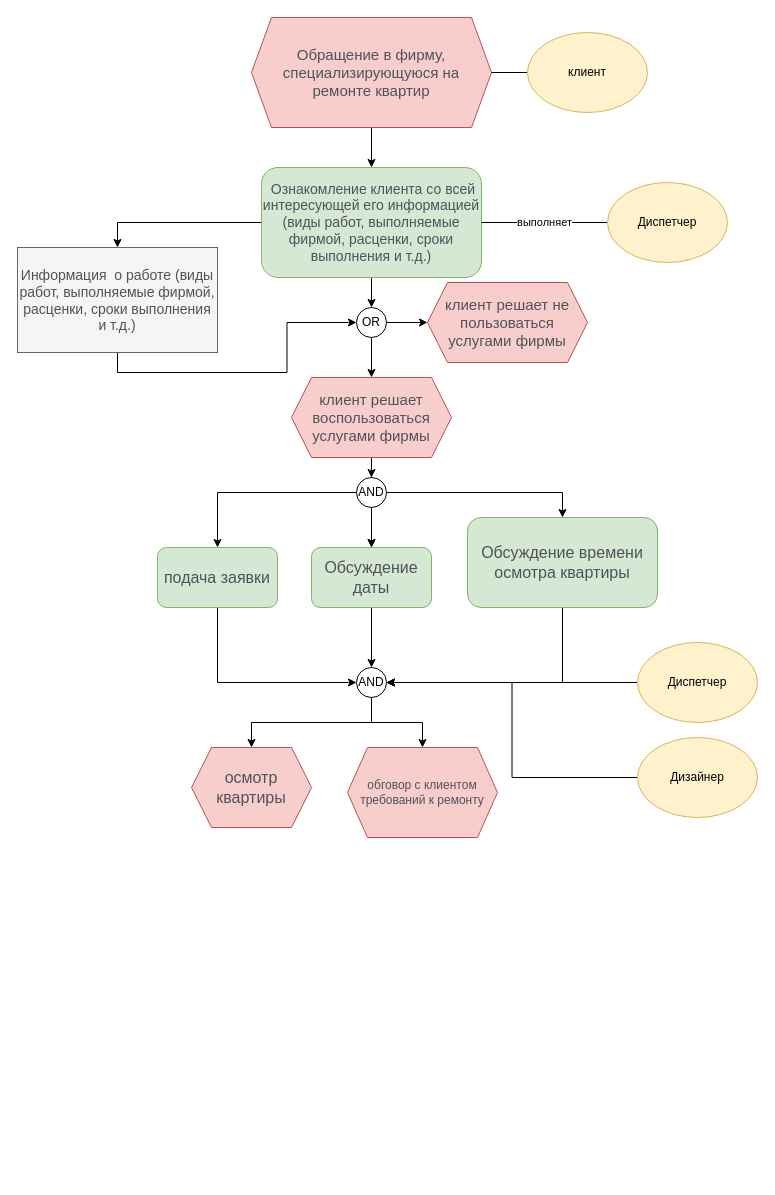
This is Epc.drawio from freeeakn/EPC_model, a draw.io file, before an edit. Source tidied: cells renumbered, new cells numbered last; positions are measured from the earlier drawing's top-left corner, leaving out a move shared by most shapes. Both pictures are drawn from the tidied source at 100%, with x=0, y=0 at pixel (17, 17).
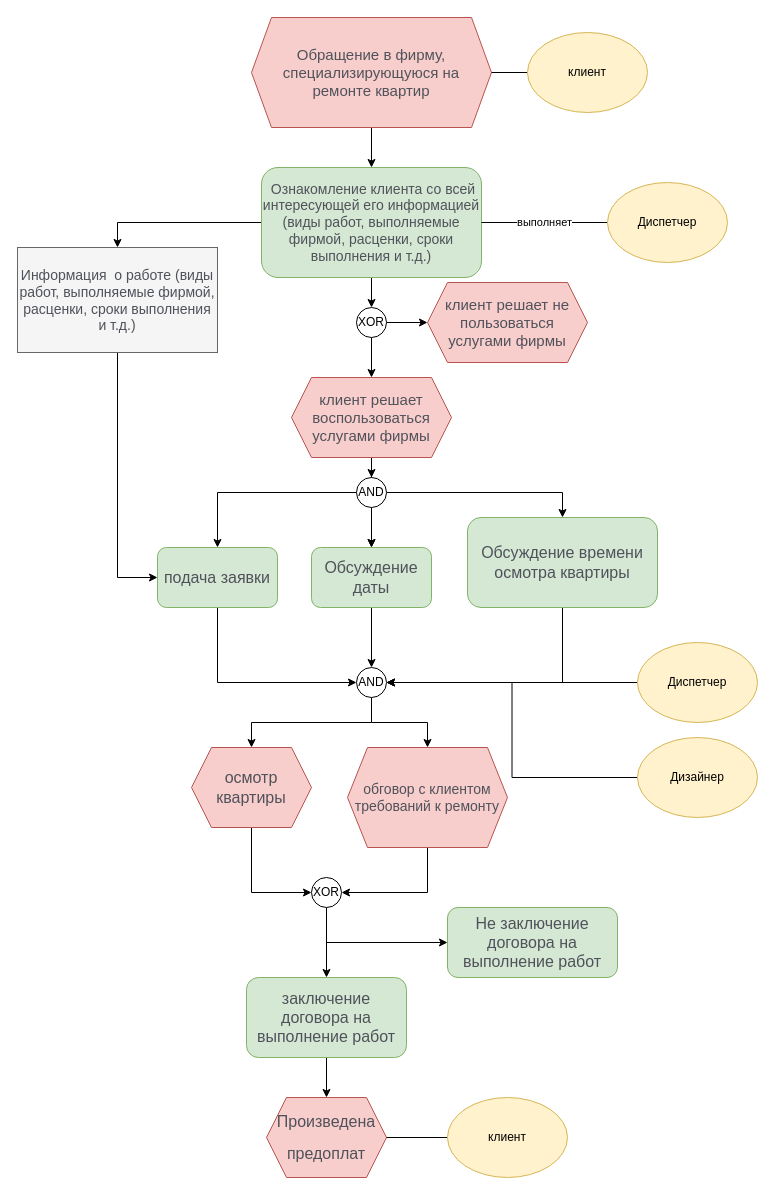
Above is the later version.

Unchanged cells that the change refers to:
```xml
<mxCell id="19" value="&lt;div style=&quot;text-align: start;&quot; title=&quot;Page 2&quot; class=&quot;page&quot;&gt;&lt;div style=&quot;&quot; class=&quot;section&quot;&gt;&lt;div class=&quot;layoutArea&quot;&gt;&lt;div class=&quot;column&quot;&gt;&lt;p&gt;&lt;span style=&quot;font-size: 12pt; font-family: ArialMT; color: rgb(80, 82, 91);&quot;&gt;подача заявки&lt;/span&gt;&lt;/p&gt;&lt;/div&gt;&lt;/div&gt;&lt;/div&gt;&lt;/div&gt;" style="rounded=1;whiteSpace=wrap;html=1;labelBackgroundColor=none;fillColor=#d5e8d4;strokeColor=#82b366;" parent="1" vertex="1">
  <mxGeometry x="140" y="530" width="120" height="60" as="geometry" />
</mxCell>
<mxCell id="28" value="&lt;div class=&quot;page&quot; title=&quot;Page 2&quot; style=&quot;caret-color: rgb(0, 0, 0); color: rgb(0, 0, 0); font-style: normal; font-variant-caps: normal; font-weight: 400; letter-spacing: normal; text-indent: 0px; text-transform: none; white-space: normal; word-spacing: 0px; -webkit-text-stroke-width: 0px; text-decoration: none;&quot;&gt;&lt;div class=&quot;section&quot; style=&quot;&quot;&gt;&lt;div class=&quot;layoutArea&quot;&gt;&lt;div class=&quot;column&quot;&gt;&lt;p&gt;&lt;span style=&quot;font-size: 12pt; font-family: ArialMT; color: rgb(80, 82, 91);&quot;&gt;осмотр квартиры&lt;/span&gt;&lt;/p&gt;&lt;/div&gt;&lt;/div&gt;&lt;/div&gt;&lt;/div&gt;" style="shape=hexagon;perimeter=hexagonPerimeter2;whiteSpace=wrap;html=1;fixedSize=1;labelBackgroundColor=none;align=center;fillColor=#f8cecc;strokeColor=#b85450;" parent="1" vertex="1">
  <mxGeometry x="174" y="730" width="120" height="80" as="geometry" />
</mxCell>
<mxCell id="38" value="&lt;span style=&quot;color: rgb(80, 82, 91); font-family: ArialMT; font-size: 14px;&quot;&gt;Информация &amp;nbsp;о работе (виды работ, выполняемые фирмой, расценки, сроки выполнения и т.д.)&lt;/span&gt;" style="rounded=0;whiteSpace=wrap;html=1;fillColor=#f5f5f5;fontColor=#333333;strokeColor=#666666;" parent="1" vertex="1">
  <mxGeometry y="230" width="200" height="105" as="geometry" />
</mxCell>
```

The edit, as a diff of the source:
```diff
@@
-    <mxCell id="13" value="OR" style="ellipse;whiteSpace=wrap;html=1;" parent="1" vertex="1">
+    <mxCell id="13" value="XOR" style="ellipse;whiteSpace=wrap;html=1;" parent="1" vertex="1">
       <mxGeometry x="339" y="290" width="30" height="30" as="geometry" />
     </mxCell>
@@
+    <mxCell id="39" style="edgeStyle=orthogonalEdgeStyle;rounded=0;jettySize=auto;html=1;exitX=0.5;exitY=1;exitDx=0;exitDy=0;entryX=0;entryY=0.5;entryDx=0;entryDy=0;" parent="1" edge="1" source="28" target="47">
+      <mxGeometry relative="1" as="geometry" />
+    </mxCell>
@@
+    <mxCell id="40" style="edgeStyle=orthogonalEdgeStyle;rounded=0;jettySize=auto;html=1;exitX=0.5;exitY=1;exitDx=0;exitDy=0;entryX=1;entryY=0.5;entryDx=0;entryDy=0;" parent="1" edge="1" source="32" target="47">
+      <mxGeometry relative="1" as="geometry" />
+    </mxCell>
-    <mxCell id="32" value="&lt;div style=&quot;text-indent: 0px;&quot; title=&quot;Page 2&quot; class=&quot;page&quot;&gt;&lt;div class=&quot;section&quot;&gt;&lt;div class=&quot;layoutArea&quot;&gt;&lt;div class=&quot;column&quot;&gt;&lt;div class=&quot;page&quot; title=&quot;Page 2&quot;&gt;&lt;div class=&quot;section&quot;&gt;&lt;div class=&quot;layoutArea&quot;&gt;&lt;div class=&quot;column&quot;&gt;&lt;p&gt;&lt;font face=&quot;ArialMT&quot; color=&quot;#50525b&quot;&gt;обговор с клиентом требований к ремонту&lt;/font&gt;&lt;/p&gt;&lt;/div&gt;&lt;/div&gt;&lt;/div&gt;&lt;/div&gt;&lt;/div&gt;&lt;/div&gt;&lt;/div&gt;&lt;/div&gt;" style="shape=hexagon;perimeter=hexagonPerimeter2;whiteSpace=wrap;html=1;fixedSize=1;labelBackgroundColor=none;align=center;fillColor=#f8cecc;strokeColor=#b85450;fontSize=12;" parent="1" vertex="1">
-      <mxGeometry x="330" y="730" width="150" height="90" as="geometry" />
+    <mxCell id="32" value="&lt;div style=&quot;text-indent: 0px; font-size: 14px;&quot; title=&quot;Page 2&quot; class=&quot;page&quot;&gt;&lt;div style=&quot;font-size: 14px;&quot; class=&quot;section&quot;&gt;&lt;div style=&quot;font-size: 14px;&quot; class=&quot;layoutArea&quot;&gt;&lt;div style=&quot;font-size: 14px;&quot; class=&quot;column&quot;&gt;&lt;div style=&quot;font-size: 14px;&quot; class=&quot;page&quot; title=&quot;Page 2&quot;&gt;&lt;div style=&quot;font-size: 14px;&quot; class=&quot;section&quot;&gt;&lt;div style=&quot;font-size: 14px;&quot; class=&quot;layoutArea&quot;&gt;&lt;div style=&quot;font-size: 14px;&quot; class=&quot;column&quot;&gt;&lt;p style=&quot;font-size: 14px;&quot;&gt;&lt;font style=&quot;font-size: 14px;&quot; face=&quot;ArialMT&quot; color=&quot;#50525b&quot;&gt;обговор с клиентом требований к ремонту&lt;/font&gt;&lt;/p&gt;&lt;/div&gt;&lt;/div&gt;&lt;/div&gt;&lt;/div&gt;&lt;/div&gt;&lt;/div&gt;&lt;/div&gt;&lt;/div&gt;" style="shape=hexagon;perimeter=hexagonPerimeter2;whiteSpace=wrap;html=1;fixedSize=1;labelBackgroundColor=none;align=center;fillColor=#f8cecc;strokeColor=#b85450;fontSize=14;" parent="1" vertex="1">
+      <mxGeometry x="330" y="730" width="160" height="100" as="geometry" />
     </mxCell>
@@
-    <mxCell id="37" style="edgeStyle=orthogonalEdgeStyle;rounded=0;jettySize=auto;html=1;exitX=0.5;exitY=1;exitDx=0;exitDy=0;entryX=0;entryY=0.5;entryDx=0;entryDy=0;" parent="1" edge="1" source="38" target="13">
-      <mxGeometry relative="1" as="geometry" />
-    </mxCell>
+    <mxCell id="41" style="edgeStyle=orthogonalEdgeStyle;rounded=0;jettySize=auto;html=1;exitX=0.5;exitY=1;exitDx=0;exitDy=0;entryX=0;entryY=0.5;entryDx=0;entryDy=0;" parent="1" edge="1" source="38" target="19">
+      <mxGeometry relative="1" as="geometry" />
+    </mxCell>
@@
+    <mxCell id="42" style="edgeStyle=orthogonalEdgeStyle;rounded=0;jettySize=auto;html=1;" parent="1" edge="1" source="43" target="48">
+      <mxGeometry relative="1" as="geometry" />
+    </mxCell>
+    <mxCell id="43" value="&lt;div class=&quot;page&quot; title=&quot;Page 2&quot; style=&quot;&quot;&gt;&lt;div class=&quot;section&quot; style=&quot;&quot;&gt;&lt;div class=&quot;layoutArea&quot;&gt;&lt;div class=&quot;column&quot;&gt;&lt;div class=&quot;page&quot; title=&quot;Page 2&quot;&gt;&lt;div class=&quot;section&quot; style=&quot;&quot;&gt;&lt;div class=&quot;layoutArea&quot;&gt;&lt;div class=&quot;column&quot;&gt;&lt;p&gt;&lt;span style=&quot;font-size: 12pt; font-family: ArialMT; color: rgb(80, 82, 91);&quot;&gt;заключение договора на выполнение работ&lt;/span&gt;&lt;/p&gt;&lt;/div&gt;&lt;/div&gt;&lt;/div&gt;&lt;/div&gt;&lt;/div&gt;&lt;/div&gt;&lt;/div&gt;&lt;/div&gt;" style="rounded=1;whiteSpace=wrap;html=1;labelBackgroundColor=none;fillColor=#d5e8d4;strokeColor=#82b366;align=center;" parent="1" vertex="1">
+      <mxGeometry x="229" y="960" width="160" height="80" as="geometry" />
+    </mxCell>
+    <mxCell id="44" value="&lt;div class=&quot;page&quot; title=&quot;Page 2&quot; style=&quot;&quot;&gt;&lt;div class=&quot;section&quot; style=&quot;&quot;&gt;&lt;div class=&quot;layoutArea&quot;&gt;&lt;div class=&quot;column&quot;&gt;&lt;p&gt;&lt;span style=&quot;font-size: 12pt; font-family: ArialMT; color: rgb(80, 82, 91);&quot;&gt;Не заключение договора на выполнение работ&lt;/span&gt;&lt;/p&gt;&lt;/div&gt;&lt;/div&gt;&lt;/div&gt;&lt;/div&gt;" style="rounded=1;whiteSpace=wrap;html=1;labelBackgroundColor=none;fillColor=#d5e8d4;strokeColor=#82b366;align=center;" parent="1" vertex="1">
+      <mxGeometry x="430" y="890" width="170" height="70" as="geometry" />
+    </mxCell>
+    <mxCell id="45" style="edgeStyle=orthogonalEdgeStyle;rounded=0;jettySize=auto;html=1;exitX=0.5;exitY=1;exitDx=0;exitDy=0;entryX=0.5;entryY=0;entryDx=0;entryDy=0;" parent="1" edge="1" source="47" target="43">
+      <mxGeometry relative="1" as="geometry" />
+    </mxCell>
+    <mxCell id="46" style="edgeStyle=orthogonalEdgeStyle;rounded=0;jettySize=auto;html=1;exitX=0.5;exitY=1;exitDx=0;exitDy=0;entryX=0;entryY=0.5;entryDx=0;entryDy=0;" parent="1" edge="1" source="47" target="44">
+      <mxGeometry relative="1" as="geometry" />
+    </mxCell>
+    <mxCell id="47" value="XOR" style="ellipse;whiteSpace=wrap;html=1;" parent="1" vertex="1">
+      <mxGeometry x="294" y="860" width="30" height="30" as="geometry" />
+    </mxCell>
+    <mxCell id="48" value="&lt;div class=&quot;page&quot; title=&quot;Page 2&quot; style=&quot;text-indent: 0px;&quot;&gt;&lt;div class=&quot;section&quot;&gt;&lt;div class=&quot;layoutArea&quot;&gt;&lt;div class=&quot;column&quot;&gt;&lt;p&gt;&lt;font size=&quot;3&quot; face=&quot;ArialMT&quot; color=&quot;#50525b&quot;&gt;Произведена&lt;/font&gt;&lt;/p&gt;&lt;p&gt;&lt;font size=&quot;3&quot; face=&quot;ArialMT&quot; color=&quot;#50525b&quot;&gt;предоплат&lt;/font&gt;&lt;br&gt;&lt;/p&gt;&lt;/div&gt;&lt;/div&gt;&lt;/div&gt;&lt;/div&gt;" style="shape=hexagon;perimeter=hexagonPerimeter2;whiteSpace=wrap;html=1;fixedSize=1;labelBackgroundColor=none;align=center;fillColor=#f8cecc;strokeColor=#b85450;" parent="1" vertex="1">
+      <mxGeometry x="249" y="1080" width="120" height="80" as="geometry" />
+    </mxCell>
+    <mxCell id="49" style="edgeStyle=orthogonalEdgeStyle;rounded=0;jettySize=auto;html=1;endArrow=none;endFill=0;" parent="1" edge="1" source="50" target="48">
+      <mxGeometry relative="1" as="geometry" />
+    </mxCell>
+    <mxCell id="50" value="клиент" style="ellipse;whiteSpace=wrap;html=1;fillColor=#fff2cc;strokeColor=#d6b656;" parent="1" vertex="1">
+      <mxGeometry x="430" y="1080" width="120" height="80" as="geometry" />
+    </mxCell>
```
